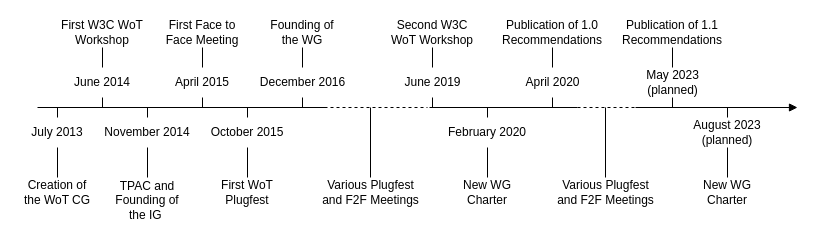
Before: docs/images/timeline.drawio in w3c/wot-marketing, a draw.io diagram. Source tidied: cells renumbered, new cells numbered last; positions are measured from the earlier drawing's top-left corner, leaving out a move shared by most shapes. Both pictures are drawn from the tidied source at 100%, with x=0, y=0 at pixel (17, 17).
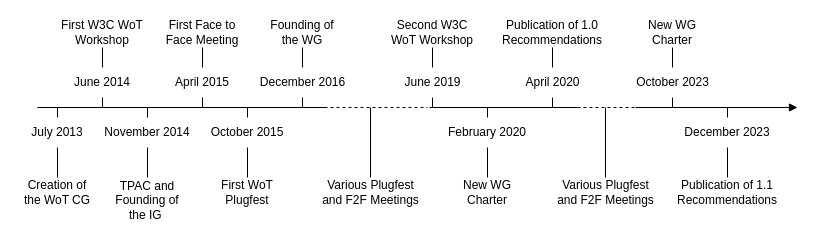
Above is the later version.

The change refers to these unchanged cells:
```xml
<mxCell id="56" style="group;" parent="1" vertex="1">
  <mxGeometry x="610" width="110" height="90" as="geometry" />
</mxCell>
<mxCell id="63" style="group;" parent="1" vertex="1">
  <mxGeometry x="670" y="90" width="100" height="100" as="geometry" />
</mxCell>
```

The edit, as a diff of the source:
```diff
@@
-    <mxCell id="57" value="Publication of 1.1 Recommendations" style="text;html=1;strokeColor=none;fillColor=none;align=center;verticalAlign=middle;whiteSpace=wrap;rounded=0;" parent="56" vertex="1">
+    <mxCell id="57" value="New WG Charter" style="text;html=1;strokeColor=none;fillColor=none;align=center;verticalAlign=middle;whiteSpace=wrap;rounded=0;" parent="56" vertex="1">
       <mxGeometry width="90" height="30" as="geometry" />
     </mxCell>
@@
-    <mxCell id="60" value="May 2023&lt;br&gt;(planned)" style="text;html=1;strokeColor=none;fillColor=none;align=center;verticalAlign=middle;whiteSpace=wrap;rounded=0;" parent="56" vertex="1">
+    <mxCell id="60" value="October 2023" style="text;html=1;strokeColor=none;fillColor=none;align=center;verticalAlign=middle;whiteSpace=wrap;rounded=0;" parent="56" vertex="1">
       <mxGeometry x="-2.5" y="50" width="95" height="30" as="geometry" />
     </mxCell>
@@
-    <mxCell id="65" value="New WG Charter" style="text;html=1;strokeColor=none;fillColor=none;align=center;verticalAlign=middle;whiteSpace=wrap;rounded=0;" parent="63" vertex="1">
+    <mxCell id="65" value="Publication of 1.1 Recommendations" style="text;html=1;strokeColor=none;fillColor=none;align=center;verticalAlign=middle;whiteSpace=wrap;rounded=0;" parent="63" vertex="1">
       <mxGeometry y="70" width="80" height="30" as="geometry" />
     </mxCell>
@@
-    <mxCell id="67" value="August 2023&lt;br&gt;(planned)" style="text;html=1;strokeColor=none;fillColor=none;align=center;verticalAlign=middle;whiteSpace=wrap;rounded=0;" parent="63" vertex="1">
+    <mxCell id="67" value="December 2023" style="text;html=1;strokeColor=none;fillColor=none;align=center;verticalAlign=middle;whiteSpace=wrap;rounded=0;" parent="63" vertex="1">
       <mxGeometry x="-5" y="10" width="90" height="30" as="geometry" />
     </mxCell>
```
